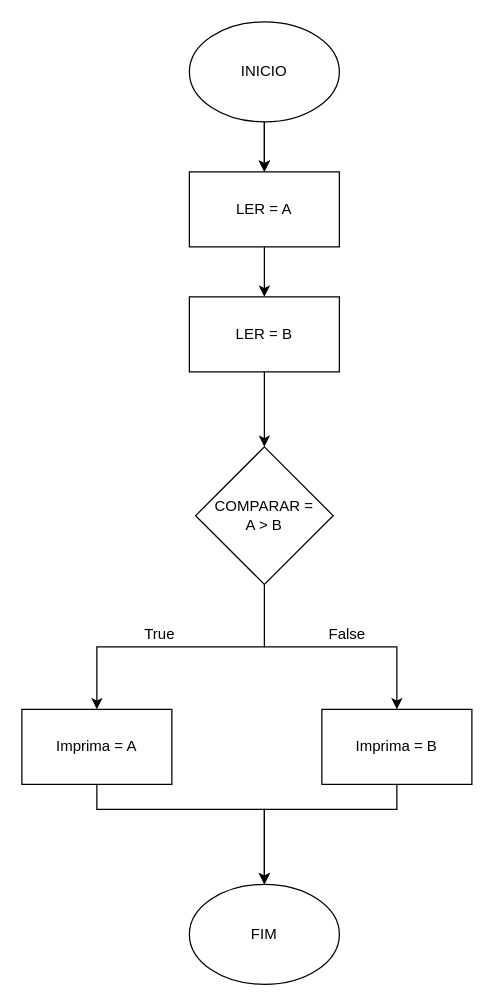
The draw.io diagram aula05_fluxogramEx4.drawio in Leoplugged/IntroducaoProgramacao, before the edit. Source tidied: cells renumbered, new cells numbered last; positions are measured from the earlier drawing's top-left corner, leaving out a move shared by most shapes. Both pictures are drawn from the tidied source at 125%, with x=0, y=0 at pixel (21, 21).
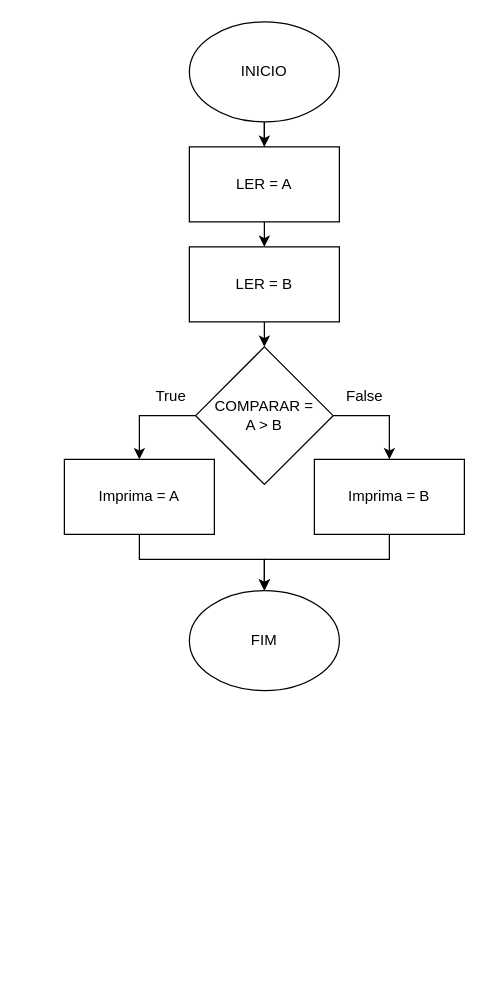
The same page after the edit.

The change refers to these unchanged cells:
```xml
<mxCell id="2" value="INICIO" style="ellipse;whiteSpace=wrap;html=1;" parent="1" vertex="1">
  <mxGeometry x="134" width="120" height="80" as="geometry" />
</mxCell>
```

What changed in the source:
```diff
@@
-    <mxCell id="4" style="endArrow=classic;html=1;rounded=0;exitX=0.5;exitY=1;exitDx=0;exitDy=0;" parent="1" edge="1" source="2">
-      <mxGeometry relative="1" as="geometry">
-        <mxPoint x="194" y="120" as="targetPoint" />
-      </mxGeometry>
+    <mxCell id="4" style="endArrow=classic;html=1;rounded=0;exitX=0.5;exitY=1;exitDx=0;exitDy=0;entryX=0.5;entryY=0;entryDx=0;entryDy=0;" parent="1" edge="1" source="2" target="6">
+      <mxGeometry relative="1" as="geometry" />
     </mxCell>
     <mxCell id="5" value="FIM" style="ellipse;whiteSpace=wrap;html=1;" parent="1" vertex="1">
-      <mxGeometry x="134" y="690" width="120" height="80" as="geometry" />
+      <mxGeometry x="134" y="455" width="120" height="80" as="geometry" />
     </mxCell>
     <mxCell id="6" value="LER = A" style="rounded=0;whiteSpace=wrap;html=1;" parent="1" vertex="1">
-      <mxGeometry x="134" y="120" width="120" height="60" as="geometry" />
+      <mxGeometry x="134" y="100" width="120" height="60" as="geometry" />
     </mxCell>
-    <mxCell id="7" style="endArrow=classic;html=1;rounded=0;exitX=0.5;exitY=1;exitDx=0;exitDy=0;" parent="1" edge="1">
-      <mxGeometry relative="1" as="geometry">
-        <mxPoint x="194" y="180" as="sourcePoint" />
-        <mxPoint x="194" y="220" as="targetPoint" />
-      </mxGeometry>
+    <mxCell id="7" style="endArrow=classic;html=1;rounded=0;exitX=0.5;exitY=1;exitDx=0;exitDy=0;entryX=0.5;entryY=0;entryDx=0;entryDy=0;" parent="1" edge="1" source="6" target="8">
+      <mxGeometry relative="1" as="geometry" />
     </mxCell>
     <mxCell id="8" value="LER = B" style="rounded=0;whiteSpace=wrap;html=1;" parent="1" vertex="1">
-      <mxGeometry x="134" y="220" width="120" height="60" as="geometry" />
+      <mxGeometry x="134" y="180" width="120" height="60" as="geometry" />
     </mxCell>
-    <mxCell id="9" style="endArrow=classic;html=1;rounded=0;exitX=0.5;exitY=1;exitDx=0;exitDy=0;entryX=0.5;entryY=0;entryDx=0;entryDy=0;" parent="1" edge="1" source="8">
-      <mxGeometry relative="1" as="geometry">
-        <mxPoint x="194" y="340" as="targetPoint" />
-      </mxGeometry>
+    <mxCell id="9" style="endArrow=classic;html=1;rounded=0;exitX=0.5;exitY=1;exitDx=0;exitDy=0;entryX=0.5;entryY=0;entryDx=0;entryDy=0;" parent="1" edge="1" source="8" target="10">
+      <mxGeometry relative="1" as="geometry" />
     </mxCell>
     <mxCell id="10" value="COMPARAR = &lt;br&gt;A &amp;gt; B" style="rhombus;whiteSpace=wrap;html=1;" parent="1" vertex="1">
-      <mxGeometry x="139" y="340" width="110" height="110" as="geometry" />
+      <mxGeometry x="139" y="260" width="110" height="110" as="geometry" />
     </mxCell>
-    <mxCell id="11" style="endArrow=classic;html=1;rounded=0;exitX=0.5;exitY=1;exitDx=0;exitDy=0;" parent="1" edge="1">
+    <mxCell id="11" style="endArrow=classic;html=1;rounded=0;exitX=0;exitY=0.5;exitDx=0;exitDy=0;entryX=0.5;entryY=0;entryDx=0;entryDy=0;" parent="1" edge="1" source="10" target="14">
       <mxGeometry relative="1" as="geometry">
-        <mxPoint x="194" y="450" as="sourcePoint" />
-        <mxPoint x="60" y="550" as="targetPoint" />
         <Array as="points">
-          <mxPoint x="194" y="500" />
-          <mxPoint x="60" y="500" />
+          <mxPoint x="94" y="315" />
         </Array>
       </mxGeometry>
     </mxCell>
-    <mxCell id="12" style="endArrow=classic;html=1;rounded=0;" parent="1" edge="1">
+    <mxCell id="12" style="endArrow=classic;html=1;rounded=0;exitX=1;exitY=0.5;exitDx=0;exitDy=0;entryX=0.5;entryY=0;entryDx=0;entryDy=0;" parent="1" edge="1" source="10" target="15">
       <mxGeometry relative="1" as="geometry">
-        <mxPoint x="194" y="500" as="sourcePoint" />
-        <mxPoint x="300" y="550" as="targetPoint" />
         <Array as="points">
-          <mxPoint x="300" y="500" />
+          <mxPoint x="294" y="315" />
         </Array>
       </mxGeometry>
     </mxCell>
     <mxCell id="13" style="edgeStyle=orthogonalEdgeStyle;rounded=0;jettySize=auto;html=1;exitX=0.5;exitY=1;exitDx=0;exitDy=0;entryX=0.5;entryY=0;entryDx=0;entryDy=0;" parent="1" edge="1" source="15" target="5">
       <mxGeometry relative="1" as="geometry">
         <Array as="points">
-          <mxPoint x="300" y="630" />
-          <mxPoint x="194" y="630" />
+          <mxPoint x="294" y="430" />
+          <mxPoint x="194" y="430" />
         </Array>
       </mxGeometry>
     </mxCell>
     <mxCell id="14" value="Imprima = A" style="rounded=0;whiteSpace=wrap;html=1;" parent="1" vertex="1">
-      <mxGeometry y="550" width="120" height="60" as="geometry" />
+      <mxGeometry x="34" y="350" width="120" height="60" as="geometry" />
     </mxCell>
     <mxCell id="15" value="&lt;span&gt;Imprima = B&lt;/span&gt;" style="rounded=0;whiteSpace=wrap;html=1;" parent="1" vertex="1">
-      <mxGeometry x="240" y="550" width="120" height="60" as="geometry" />
+      <mxGeometry x="234" y="350" width="120" height="60" as="geometry" />
     </mxCell>
     <mxCell id="16" style="endArrow=classic;html=1;rounded=0;entryX=0.5;entryY=0;entryDx=0;entryDy=0;exitX=0.5;exitY=1;exitDx=0;exitDy=0;" parent="1" edge="1" source="14" target="5">
       <mxGeometry relative="1" as="geometry">
         <Array as="points">
-          <mxPoint x="60" y="630" />
-          <mxPoint x="194" y="630" />
+          <mxPoint x="94" y="430" />
+          <mxPoint x="194" y="430" />
         </Array>
       </mxGeometry>
     </mxCell>
     <mxCell id="17" value="True" style="text;html=1;align=center;verticalAlign=middle;strokeColor=none;fillColor=none;" parent="1" vertex="1">
-      <mxGeometry x="90" y="480" width="40" height="20" as="geometry" />
+      <mxGeometry x="99" y="290" width="40" height="20" as="geometry" />
     </mxCell>
     <mxCell id="18" value="False" style="text;html=1;align=center;verticalAlign=middle;strokeColor=none;fillColor=none;" parent="1" vertex="1">
-      <mxGeometry x="240" y="480" width="40" height="20" as="geometry" />
+      <mxGeometry x="254" y="290" width="40" height="20" as="geometry" />
     </mxCell>
```
